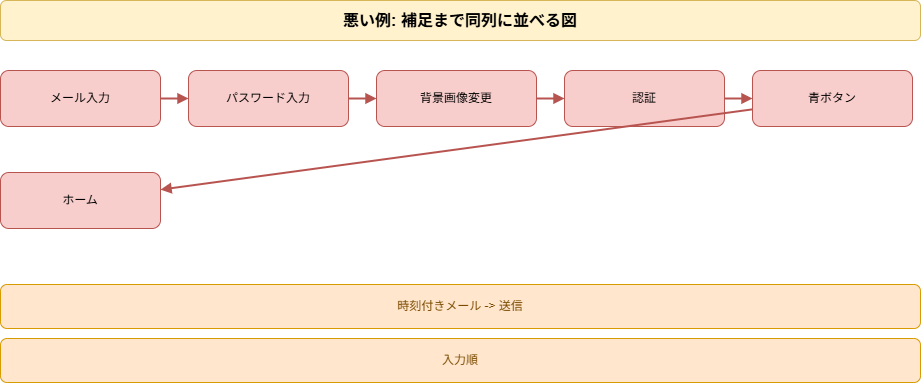
Before: 20_zukai-drill/src/data/diagrams/beginner-login-notice_bad-diagram.drawio.png, a diagram exported from draw.io (kaku3/workbooks). Source tidied: cells renumbered, new cells last; positions are measured from the earlier drawing's top-left corner, leaving out a move shared by most shapes.
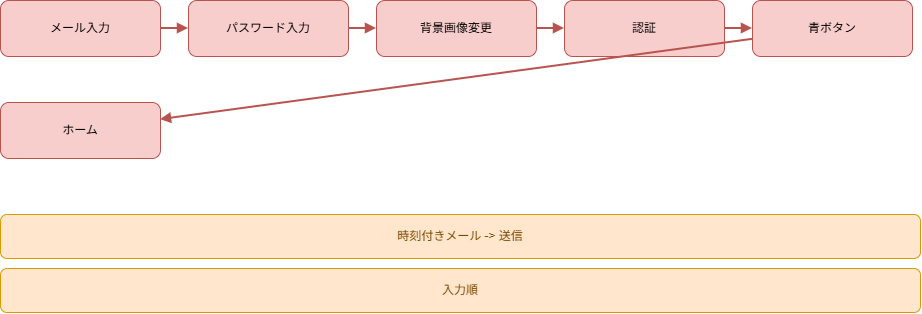
After the change.

Diff of the diagram source:
```diff
@@ -2,9 +2,6 @@
   <root>
     <mxCell id="0" />
     <mxCell id="1" parent="0" />
-    <mxCell id="2" value="悪い例: 補足まで同列に並べる図" style="rounded=1;whiteSpace=wrap;html=1;fillColor=#fff2cc;strokeColor=#d6b656;fontSize=16;fontStyle=1;" parent="1" vertex="1">
-      <mxGeometry width="920" height="40" as="geometry" />
-    </mxCell>
     <mxCell id="3" value="メール入力" style="rounded=1;whiteSpace=wrap;html=1;fillColor=#f8cecc;strokeColor=#b85450;" parent="1" vertex="1">
       <mxGeometry y="70" width="160" height="56" as="geometry" />
     </mxCell>
```
